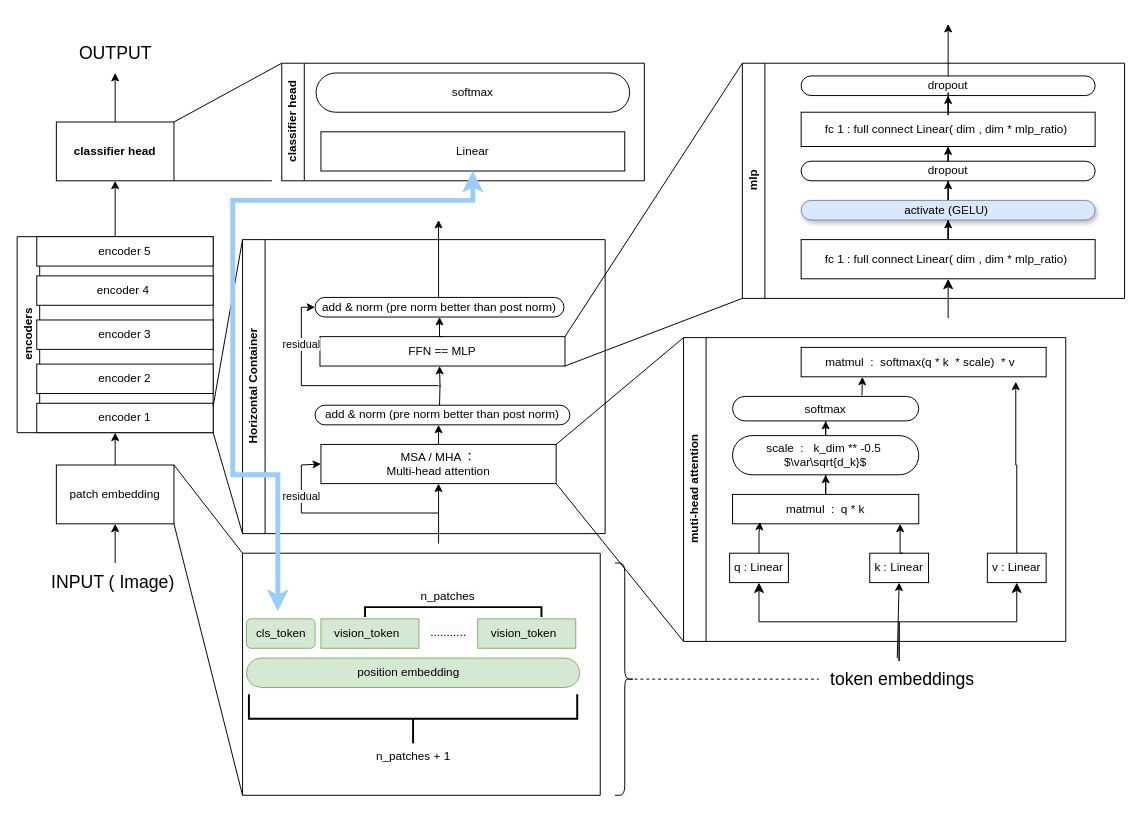
ValeriaWong/master_thesis_wechat_legal_vqa keeps this draw.io diagram as vit.drawio. Above is the earlier version. Source tidied: cells renumbered, new cells numbered last; positions are measured from the earlier drawing's top-left corner, leaving out a move shared by most shapes. Both pictures are drawn from the tidied source at 98%, with x=0, y=0 at pixel (17, 24).
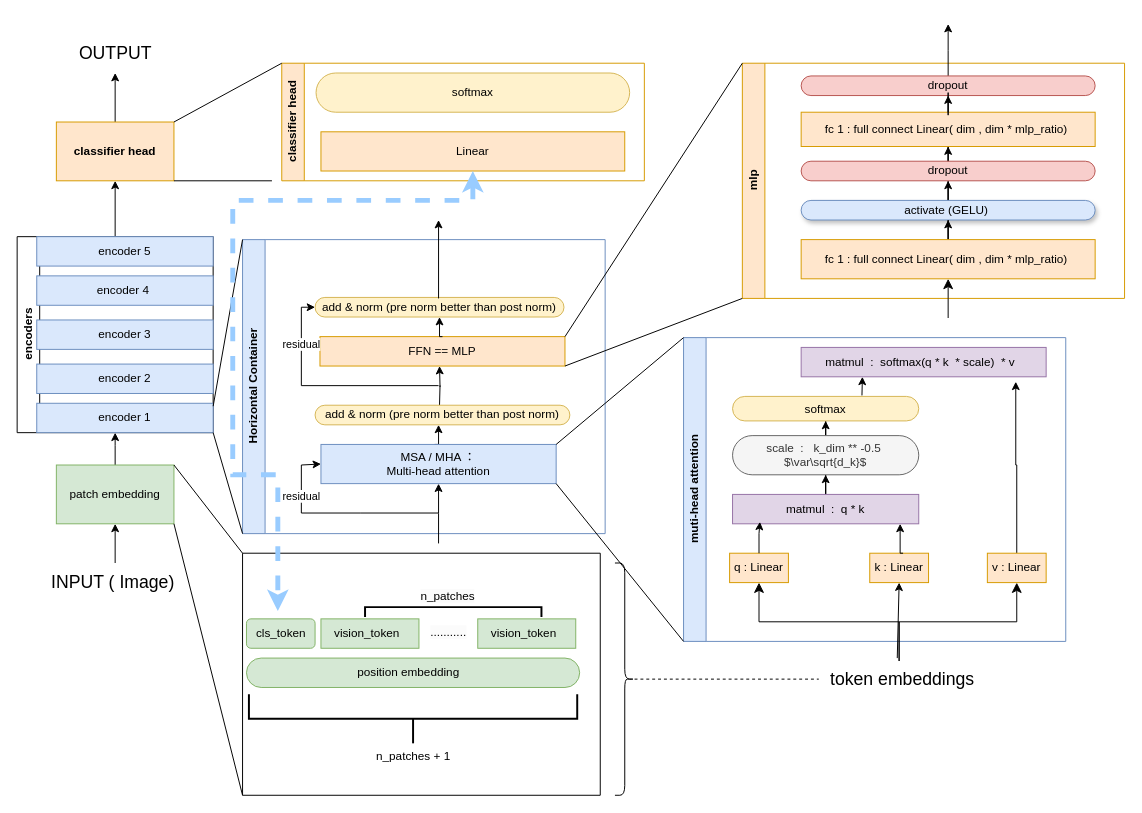
After the change.

Unchanged cells that the change refers to:
```xml
<mxCell id="7" value="encoders" style="swimlane;horizontal=0;whiteSpace=wrap;html=1;" parent="1" vertex="1">
  <mxGeometry y="217" width="200" height="200" as="geometry" />
</mxCell>
<mxCell id="34" value="cls_token" style="text;html=1;align=center;verticalAlign=middle;points=[];rounded=1;fillColor=#d5e8d4;strokeColor=#82b366;" parent="33" vertex="1">
  <mxGeometry x="4" y="67" width="70" height="30" as="geometry" />
</mxCell>
```

What changed in the source:
```diff
@@
-    <mxCell id="5" value="patch embedding" style="whiteSpace=wrap;html=1;" parent="1" vertex="1">
+    <mxCell id="5" value="patch embedding" style="whiteSpace=wrap;html=1;fillColor=#d5e8d4;strokeColor=#82b366;" parent="1" vertex="1">
       <mxGeometry x="40" y="450" width="120" height="60" as="geometry" />
     </mxCell>
@@
-    <mxCell id="8" value="encoder 5" style="rounded=0;whiteSpace=wrap;html=1;" parent="7" vertex="1">
+    <mxCell id="8" value="encoder 5" style="rounded=0;whiteSpace=wrap;html=1;fillColor=#dae8fc;strokeColor=#6c8ebf;" parent="7" vertex="1">
       <mxGeometry x="20" width="180" height="30" as="geometry" />
     </mxCell>
-    <mxCell id="9" value="encoder 4&amp;nbsp;" style="rounded=0;whiteSpace=wrap;html=1;" parent="7" vertex="1">
+    <mxCell id="9" value="encoder 4&amp;nbsp;" style="rounded=0;whiteSpace=wrap;html=1;fillColor=#dae8fc;strokeColor=#6c8ebf;" parent="7" vertex="1">
       <mxGeometry x="20" y="40" width="180" height="30" as="geometry" />
     </mxCell>
-    <mxCell id="10" value="encoder 3" style="rounded=0;whiteSpace=wrap;html=1;" parent="7" vertex="1">
+    <mxCell id="10" value="encoder 3" style="rounded=0;whiteSpace=wrap;html=1;fillColor=#dae8fc;strokeColor=#6c8ebf;" parent="7" vertex="1">
       <mxGeometry x="20" y="85" width="180" height="30" as="geometry" />
     </mxCell>
-    <mxCell id="11" value="encoder 2" style="rounded=0;whiteSpace=wrap;html=1;" parent="7" vertex="1">
+    <mxCell id="11" value="encoder 2" style="rounded=0;whiteSpace=wrap;html=1;fillColor=#dae8fc;strokeColor=#6c8ebf;" parent="7" vertex="1">
       <mxGeometry x="20" y="130" width="180" height="30" as="geometry" />
     </mxCell>
-    <mxCell id="12" value="encoder 1" style="rounded=0;whiteSpace=wrap;html=1;" parent="7" vertex="1">
+    <mxCell id="12" value="encoder 1" style="rounded=0;whiteSpace=wrap;html=1;fillColor=#dae8fc;strokeColor=#6c8ebf;" parent="7" vertex="1">
       <mxGeometry x="20" y="170" width="180" height="30" as="geometry" />
     </mxCell>
@@
-    <mxCell id="14" value="classifier head" style="whiteSpace=wrap;html=1;fontStyle=1;startSize=23;" parent="1" vertex="1">
+    <mxCell id="14" value="classifier head" style="whiteSpace=wrap;html=1;fontStyle=1;startSize=23;fillColor=#ffe6cc;strokeColor=#d79b00;" parent="1" vertex="1">
       <mxGeometry x="40" y="100" width="120" height="60" as="geometry" />
     </mxCell>
@@
-    <mxCell id="16" value="classifier head" style="swimlane;horizontal=0;whiteSpace=wrap;html=1;" parent="1" vertex="1">
+    <mxCell id="16" value="classifier head" style="swimlane;horizontal=0;whiteSpace=wrap;html=1;fillColor=#ffe6cc;strokeColor=#d79b00;" parent="1" vertex="1">
       <mxGeometry x="270" y="40" width="370" height="120" as="geometry" />
     </mxCell>
-    <mxCell id="17" value="Linear" style="rounded=0;whiteSpace=wrap;html=1;" parent="16" vertex="1">
+    <mxCell id="17" value="Linear" style="rounded=0;whiteSpace=wrap;html=1;fillColor=#ffe6cc;strokeColor=#d79b00;" parent="16" vertex="1">
       <mxGeometry x="40" y="70" width="310" height="40" as="geometry" />
     </mxCell>
-    <mxCell id="18" value="softmax" style="rounded=1;whiteSpace=wrap;html=1;arcSize=50;" parent="16" vertex="1">
+    <mxCell id="18" value="softmax" style="rounded=1;whiteSpace=wrap;html=1;arcSize=50;fillColor=#fff2cc;strokeColor=#d6b656;" parent="16" vertex="1">
       <mxGeometry x="35" y="10" width="320" height="40" as="geometry" />
     </mxCell>
-    <mxCell id="19" value="Horizontal Container" style="swimlane;horizontal=0;whiteSpace=wrap;html=1;" parent="1" vertex="1">
+    <mxCell id="19" value="Horizontal Container" style="swimlane;horizontal=0;whiteSpace=wrap;html=1;fillColor=#dae8fc;strokeColor=#6c8ebf;" parent="1" vertex="1">
       <mxGeometry x="230" y="220" width="370" height="300" as="geometry" />
     </mxCell>
@@
-    <mxCell id="22" value="MSA / MHA ：&lt;br&gt;Multi-head attention" style="rounded=0;whiteSpace=wrap;html=1;" parent="19" vertex="1">
+    <mxCell id="22" value="MSA / MHA ：&lt;br&gt;Multi-head attention" style="rounded=0;whiteSpace=wrap;html=1;fillColor=#dae8fc;strokeColor=#6c8ebf;" parent="19" vertex="1">
       <mxGeometry x="80" y="209" width="240" height="40" as="geometry" />
     </mxCell>
@@
-    <mxCell id="24" value="add &amp;amp; norm (pre norm better than post norm)" style="rounded=1;whiteSpace=wrap;html=1;arcSize=50;" parent="19" vertex="1">
+    <mxCell id="24" value="add &amp;amp; norm (pre norm better than post norm)" style="rounded=1;whiteSpace=wrap;html=1;arcSize=50;fillColor=#fff2cc;strokeColor=#d6b656;" parent="19" vertex="1">
       <mxGeometry x="74" y="169" width="260" height="20" as="geometry" />
     </mxCell>
-    <mxCell id="25" value="FFN == MLP" style="rounded=0;whiteSpace=wrap;html=1;" parent="19" vertex="1">
+    <mxCell id="25" value="FFN == MLP" style="rounded=0;whiteSpace=wrap;html=1;fillColor=#ffe6cc;strokeColor=#d79b00;" parent="19" vertex="1">
       <mxGeometry x="79" y="99" width="250" height="30" as="geometry" />
     </mxCell>
@@
-    <mxCell id="29" value="add &amp;amp; norm (pre norm better than post norm)" style="rounded=1;whiteSpace=wrap;html=1;arcSize=50;" parent="19" vertex="1">
+    <mxCell id="29" value="add &amp;amp; norm (pre norm better than post norm)" style="rounded=1;whiteSpace=wrap;html=1;arcSize=50;fillColor=#fff2cc;strokeColor=#d6b656;" parent="19" vertex="1">
       <mxGeometry x="74" y="59" width="254" height="20" as="geometry" />
     </mxCell>
@@
-    <mxCell id="45" value="muti-head attention" style="swimlane;horizontal=0;whiteSpace=wrap;html=1;" parent="1" vertex="1">
+    <mxCell id="45" value="muti-head attention" style="swimlane;horizontal=0;whiteSpace=wrap;html=1;fillColor=#dae8fc;strokeColor=#6c8ebf;" parent="1" vertex="1">
       <mxGeometry x="680" y="320" width="390" height="310" as="geometry" />
     </mxCell>
@@
-    <mxCell id="47" value="q : Linear" style="rounded=0;whiteSpace=wrap;html=1;" parent="45" vertex="1">
+    <mxCell id="47" value="q : Linear" style="rounded=0;whiteSpace=wrap;html=1;fillColor=#ffe6cc;strokeColor=#d79b00;" parent="45" vertex="1">
       <mxGeometry x="47" y="220" width="60" height="30" as="geometry" />
     </mxCell>
-    <mxCell id="48" value="k : Linear" style="rounded=0;whiteSpace=wrap;html=1;" parent="45" vertex="1">
+    <mxCell id="48" value="k : Linear" style="rounded=0;whiteSpace=wrap;html=1;fillColor=#ffe6cc;strokeColor=#d79b00;" parent="45" vertex="1">
       <mxGeometry x="190" y="220" width="60" height="30" as="geometry" />
     </mxCell>
@@
-    <mxCell id="50" value="v : Linear" style="rounded=0;whiteSpace=wrap;html=1;" parent="45" vertex="1">
+    <mxCell id="50" value="v : Linear" style="rounded=0;whiteSpace=wrap;html=1;fillColor=#ffe6cc;strokeColor=#d79b00;" parent="45" vertex="1">
       <mxGeometry x="310" y="220" width="60" height="30" as="geometry" />
     </mxCell>
@@
-    <mxCell id="52" value="matmul&amp;nbsp; :&amp;nbsp; q * k" style="rounded=0;whiteSpace=wrap;html=1;" parent="45" vertex="1">
+    <mxCell id="52" value="matmul&amp;nbsp; :&amp;nbsp; q * k" style="rounded=0;whiteSpace=wrap;html=1;fillColor=#e1d5e7;strokeColor=#9673a6;" parent="45" vertex="1">
       <mxGeometry x="50" y="160" width="190" height="30" as="geometry" />
     </mxCell>
@@
-    <mxCell id="56" value="scale&amp;nbsp; :&amp;nbsp; &amp;nbsp;k_dim ** -0.5&amp;nbsp;&lt;br&gt;$\var\sqrt{d_k}$" style="whiteSpace=wrap;html=1;rounded=1;arcSize=50;" parent="45" vertex="1">
+    <mxCell id="56" value="scale&amp;nbsp; :&amp;nbsp; &amp;nbsp;k_dim ** -0.5&amp;nbsp;&lt;br&gt;$\var\sqrt{d_k}$" style="whiteSpace=wrap;html=1;rounded=1;arcSize=50;fillColor=#f5f5f5;fontColor=#333333;strokeColor=#666666;" parent="45" vertex="1">
       <mxGeometry x="50" y="100" width="190" height="40" as="geometry" />
     </mxCell>
-    <mxCell id="57" value="softmax" style="whiteSpace=wrap;html=1;rounded=1;arcSize=50;" parent="45" vertex="1">
+    <mxCell id="57" value="softmax" style="whiteSpace=wrap;html=1;rounded=1;arcSize=50;fillColor=#fff2cc;strokeColor=#d6b656;" parent="45" vertex="1">
       <mxGeometry x="50" y="60" width="190" height="25" as="geometry" />
     </mxCell>
-    <mxCell id="58" value="matmul&amp;nbsp; :&amp;nbsp; softmax(q * k&amp;nbsp; * scale)&amp;nbsp; * v&amp;nbsp;&amp;nbsp;" style="rounded=0;whiteSpace=wrap;html=1;" parent="45" vertex="1">
+    <mxCell id="58" value="matmul&amp;nbsp; :&amp;nbsp; softmax(q * k&amp;nbsp; * scale)&amp;nbsp; * v&amp;nbsp;&amp;nbsp;" style="rounded=0;whiteSpace=wrap;html=1;fillColor=#e1d5e7;strokeColor=#9673a6;" parent="45" vertex="1">
       <mxGeometry x="120" y="10" width="250" height="30" as="geometry" />
     </mxCell>
@@
-    <mxCell id="64" value="mlp" style="swimlane;horizontal=0;whiteSpace=wrap;html=1;" parent="1" vertex="1">
+    <mxCell id="64" value="mlp" style="swimlane;horizontal=0;whiteSpace=wrap;html=1;fillColor=#ffe6cc;strokeColor=#d79b00;" parent="1" vertex="1">
       <mxGeometry x="740" y="40" width="390" height="240" as="geometry" />
     </mxCell>
@@
-    <mxCell id="68" value="dropout" style="whiteSpace=wrap;html=1;rounded=1;arcSize=50;" parent="64" vertex="1">
+    <mxCell id="68" value="dropout" style="whiteSpace=wrap;html=1;rounded=1;arcSize=50;fillColor=#f8cecc;strokeColor=#b85450;" parent="64" vertex="1">
       <mxGeometry x="60" y="100" width="300" height="20" as="geometry" />
     </mxCell>
-    <mxCell id="69" value="fc 1 : full connect Linear( dim , dim * mlp_ratio)&amp;nbsp;" style="whiteSpace=wrap;html=1;rounded=0;" parent="64" vertex="1">
+    <mxCell id="69" value="fc 1 : full connect Linear( dim , dim * mlp_ratio)&amp;nbsp;" style="whiteSpace=wrap;html=1;rounded=0;fillColor=#ffe6cc;strokeColor=#d79b00;" parent="64" vertex="1">
       <mxGeometry x="60" y="50" width="300" height="35" as="geometry" />
     </mxCell>
@@
-    <mxCell id="72" style="edgeStyle=orthogonalEdgeStyle;rounded=0;jettySize=auto;html=1;entryX=0.457;entryY=-0.264;entryDx=0;entryDy=0;entryPerimeter=0;strokeColor=#99CCFF;strokeWidth=5;startArrow=classic;startFill=1;endArrow=classic;endFill=1;" parent="1" edge="1" source="17" target="34">
+    <mxCell id="72" style="edgeStyle=orthogonalEdgeStyle;rounded=0;jettySize=auto;html=1;entryX=0.457;entryY=-0.264;entryDx=0;entryDy=0;entryPerimeter=0;strokeColor=#99CCFF;strokeWidth=5;startArrow=classic;startFill=1;endArrow=classic;endFill=1;dashed=1;" parent="1" edge="1" source="17" target="34">
       <mxGeometry relative="1" as="geometry">
         <Array as="points">
           <mxPoint x="465" y="180" />
           <mxPoint x="220" y="180" />
           <mxPoint x="220" y="460" />
           <mxPoint x="266" y="460" />
         </Array>
       </mxGeometry>
     </mxCell>
@@
-    <mxCell id="81" value="fc 1 : full connect Linear( dim , dim * mlp_ratio)&amp;nbsp;" style="rounded=0;whiteSpace=wrap;html=1;" parent="1" vertex="1">
+    <mxCell id="81" value="fc 1 : full connect Linear( dim , dim * mlp_ratio)&amp;nbsp;" style="rounded=0;whiteSpace=wrap;html=1;fillColor=#ffe6cc;strokeColor=#d79b00;" parent="1" vertex="1">
       <mxGeometry x="800" y="220" width="300" height="40" as="geometry" />
     </mxCell>
@@
-    <mxCell id="84" value="dropout" style="whiteSpace=wrap;html=1;rounded=1;arcSize=50;" parent="1" vertex="1">
+    <mxCell id="84" value="dropout" style="whiteSpace=wrap;html=1;rounded=1;arcSize=50;fillColor=#f8cecc;strokeColor=#b85450;" parent="1" vertex="1">
       <mxGeometry x="800" y="53" width="300" height="20" as="geometry" />
     </mxCell>
```
